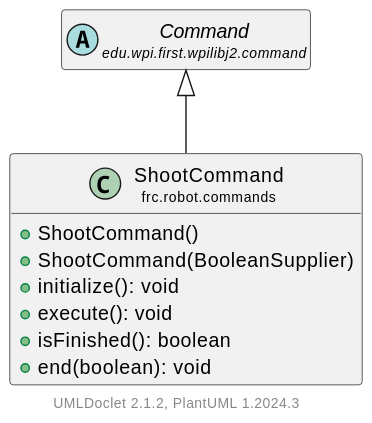
Before: docs/uml/frc/robot/commands/ShootCommand.svg, a diagram exported from PlantUML (LakotaRobotics1038/2026RobotProject).
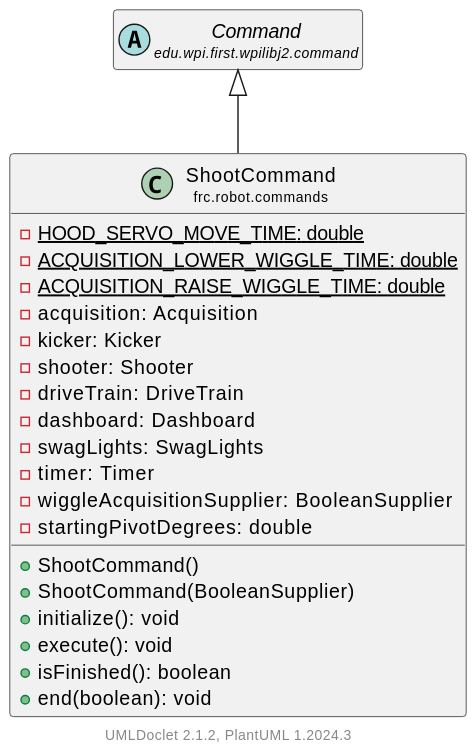
The same diagram one commit later.

Change to the diagram source:
```diff
@@ -4,6 +4,18 @@
     hide empty methods
 
     class "<size:14>ShootCommand\n<size:10>frc.robot.commands" as frc.robot.commands.ShootCommand [[ShootCommand.html]] {
+        {static} -HOOD_SERVO_MOVE_TIME: double
+        {static} -ACQUISITION_LOWER_WIGGLE_TIME: double
+        {static} -ACQUISITION_RAISE_WIGGLE_TIME: double
+        -acquisition: Acquisition
+        -kicker: Kicker
+        -shooter: Shooter
+        -driveTrain: DriveTrain
+        -dashboard: Dashboard
+        -swagLights: SwagLights
+        -timer: Timer
+        -wiggleAcquisitionSupplier: BooleanSupplier
+        -startingPivotDegrees: double
         +ShootCommand()
         +ShootCommand(BooleanSupplier)
         +initialize(): void
```
